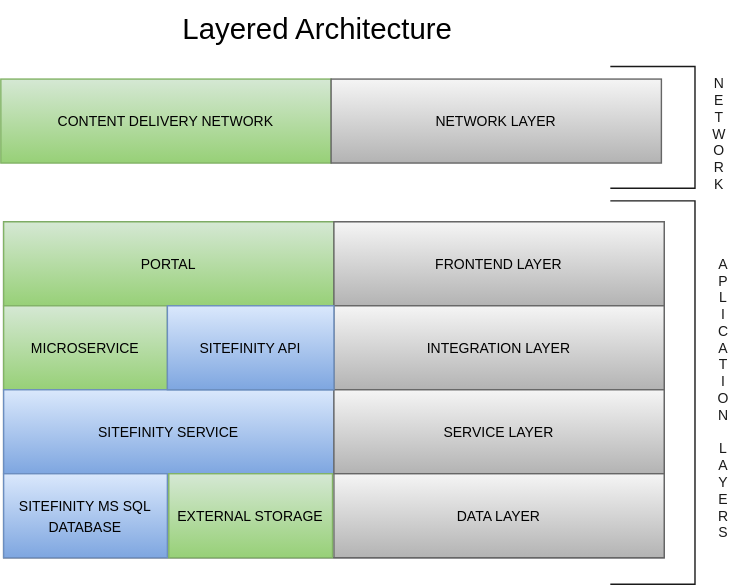
Earlier version of the draw.io export proposals/dpw/diagrams/conceptual-architecture.drawio.svg (MidhunRajeevan/system-design). Source tidied: cells renumbered, new cells last; positions are measured from the earlier drawing's top-left corner, leaving out a move shared by most shapes.
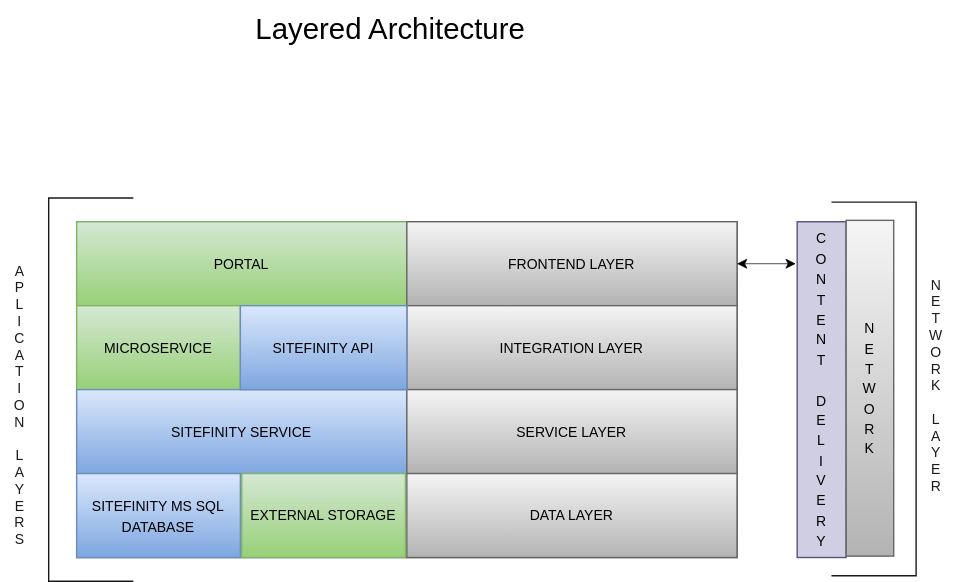
Later version of the same file.

Commit message:
updates layered architecture

The edit, as a diff of the source:
```diff
@@ -38,23 +38,28 @@
     <mxCell id="13" value="&lt;font style=&quot;font-size: 10px;&quot; color=&quot;#000000&quot;&gt;EXTERNAL STORAGE&lt;/font&gt;" style="rounded=0;whiteSpace=wrap;html=1;fillColor=#d5e8d4;strokeColor=#82b366;gradientColor=#97d077;" parent="1" vertex="1">
       <mxGeometry x="120" y="337" width="117" height="60" as="geometry" />
     </mxCell>
-    <mxCell id="14" value="&lt;font style=&quot;font-size: 10px;&quot; color=&quot;#000000&quot;&gt;CONTENT DELIVERY NETWORK&lt;/font&gt;" style="rounded=0;whiteSpace=wrap;html=1;fillColor=#d5e8d4;strokeColor=#82b366;gradientColor=#97d077;" parent="1" vertex="1">
-      <mxGeometry y="55" width="236" height="60" as="geometry" />
+    <mxCell id="14" value="&lt;font style=&quot;font-size: 10px;&quot; color=&quot;#000000&quot;&gt;C&lt;br&gt;O&lt;br&gt;N&lt;br&gt;T&lt;br&gt;E&lt;br&gt;N&lt;br&gt;T&lt;br&gt;&lt;br&gt;D&lt;br&gt;E&lt;br&gt;L&lt;br&gt;I&lt;br&gt;V&lt;br&gt;E&lt;br&gt;R&lt;br&gt;Y&lt;br&gt;&lt;/font&gt;" style="rounded=0;whiteSpace=wrap;html=1;fillColor=#d0cee2;strokeColor=#56517e;" parent="1" vertex="1">
+      <mxGeometry x="517" y="157" width="35" height="240" as="geometry" />
     </mxCell>
-    <mxCell id="15" value="&lt;font style=&quot;font-size: 10px;&quot; color=&quot;#000000&quot;&gt;NETWORK LAYER&lt;/font&gt;" style="rounded=0;whiteSpace=wrap;html=1;fillColor=#f5f5f5;strokeColor=#666666;gradientColor=#b3b3b3;" parent="1" vertex="1">
-      <mxGeometry x="236" y="55" width="236" height="60" as="geometry" />
+    <mxCell id="15" value="&lt;font style=&quot;font-size: 10px;&quot; color=&quot;#000000&quot;&gt;N&lt;br&gt;E&lt;br&gt;T&lt;br&gt;W&lt;br&gt;O&lt;br&gt;R&lt;br&gt;K&lt;br&gt;&lt;/font&gt;" style="rounded=0;whiteSpace=wrap;html=1;fillColor=#f5f5f5;strokeColor=#666666;gradientColor=#b3b3b3;" parent="1" vertex="1">
+      <mxGeometry x="552" y="156" width="34" height="240" as="geometry" />
     </mxCell>
-    <mxCell id="16" style="shape=partialRectangle;whiteSpace=wrap;html=1;bottom=1;right=1;left=1;top=0;fillColor=none;routingCenterX=-0.5;fontSize=10;strokeColor=#1A1A1A;direction=north;strokeWidth=1;" parent="1" vertex="1">
-      <mxGeometry x="436" y="142" width="60" height="274" as="geometry" />
+    <mxCell id="16" style="shape=partialRectangle;whiteSpace=wrap;html=1;bottom=1;right=1;left=1;top=0;fillColor=none;routingCenterX=-0.5;fontSize=10;strokeColor=#1A1A1A;direction=south;strokeWidth=1;" parent="1" vertex="1">
+      <mxGeometry x="-18" y="140" width="60" height="274" as="geometry" />
     </mxCell>
     <mxCell id="17" value="&lt;font color=&quot;#1a1a1a&quot;&gt;A&lt;br&gt;P&lt;br&gt;L&lt;br&gt;I&lt;br&gt;C&lt;br&gt;A&lt;br&gt;T&lt;br&gt;I&lt;br&gt;O&lt;br&gt;N&lt;br&gt;&lt;br&gt;L&lt;br&gt;A&lt;br&gt;Y&lt;br&gt;E&lt;br&gt;R&lt;br&gt;S&lt;br&gt;&lt;/font&gt;" style="text;html=1;align=center;verticalAlign=middle;strokeColor=none;fillColor=none;fontSize=10;" parent="1" vertex="1">
-      <mxGeometry x="503" y="175" width="26" height="216" as="geometry" />
+      <mxGeometry x="-52" y="180" width="26" height="216" as="geometry" />
     </mxCell>
     <mxCell id="18" style="shape=partialRectangle;whiteSpace=wrap;html=1;bottom=1;right=1;left=1;top=0;fillColor=none;routingCenterX=-0.5;fontSize=10;strokeColor=#1A1A1A;direction=north;strokeWidth=1;" parent="1" vertex="1">
-      <mxGeometry x="436" y="46" width="60" height="87" as="geometry" />
+      <mxGeometry x="542" y="143" width="60" height="267" as="geometry" />
     </mxCell>
-    <mxCell id="19" value="&lt;font color=&quot;#1a1a1a&quot;&gt;N&lt;br&gt;E&lt;br&gt;T&lt;br&gt;W&lt;br&gt;O&lt;br&gt;R&lt;br&gt;K&lt;br&gt;&lt;/font&gt;" style="text;html=1;align=center;verticalAlign=middle;strokeColor=none;fillColor=none;fontSize=10;" parent="1" vertex="1">
-      <mxGeometry x="499" y="46" width="27" height="96" as="geometry" />
+    <mxCell id="19" value="&lt;font color=&quot;#1a1a1a&quot;&gt;N&lt;br&gt;E&lt;br&gt;T&lt;br&gt;W&lt;br&gt;O&lt;br&gt;R&lt;br&gt;K&lt;br&gt;&lt;br&gt;L&lt;br&gt;A&lt;br&gt;Y&lt;br&gt;E&lt;br&gt;R&lt;br&gt;&lt;/font&gt;" style="text;html=1;align=center;verticalAlign=middle;strokeColor=none;fillColor=none;fontSize=10;" parent="1" vertex="1">
+      <mxGeometry x="602" y="190" width="27" height="168" as="geometry" />
     </mxCell>
+    <mxCell id="20" style="endArrow=classic;startArrow=classic;html=1;strokeColor=#000000;strokeWidth=0.5;fontSize=21;fontColor=#FFFFFF;exitX=1;exitY=0.5;exitDx=0;exitDy=0;" parent="1" edge="1" source="7">
+      <mxGeometry relative="1" as="geometry">
+        <mxPoint x="516" y="187" as="targetPoint" />
+      </mxGeometry>
+    </mxCell>
   </root>
 </mxGraphModel>
```
